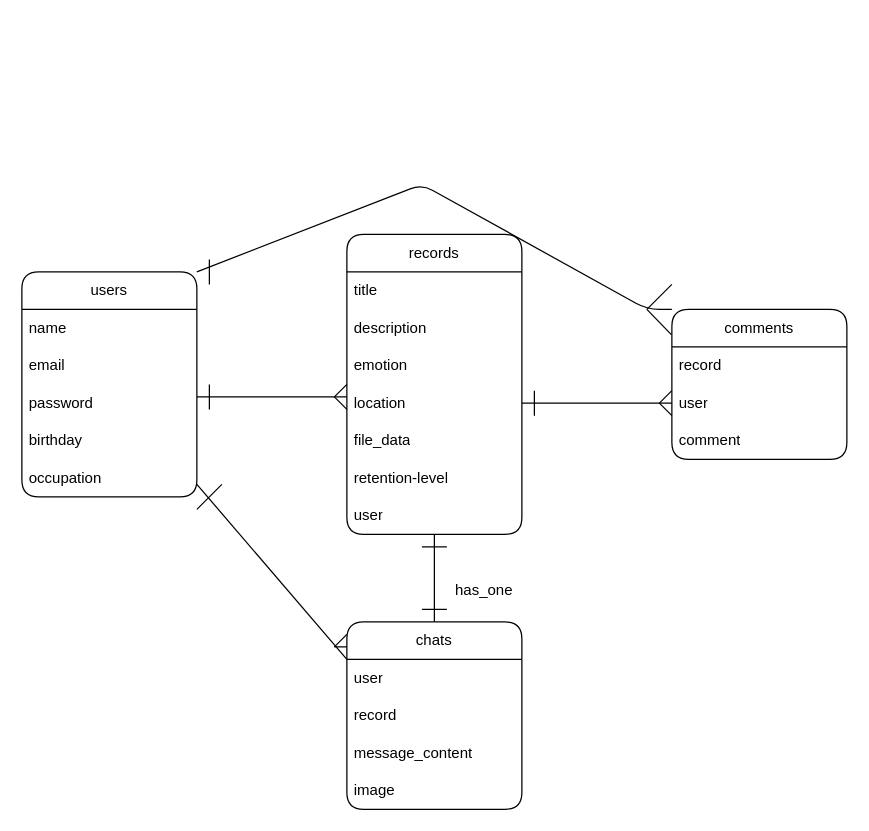
Earlier version of the draw.io diagram hibirog.dio (HayateOhsawa/hibirog). Source tidied: cells renumbered, new cells numbered last; positions are measured from the earlier drawing's top-left corner, leaving out a move shared by most shapes. Both pictures are drawn from the tidied source at 125%, with x=0, y=0 at pixel (21, 184).
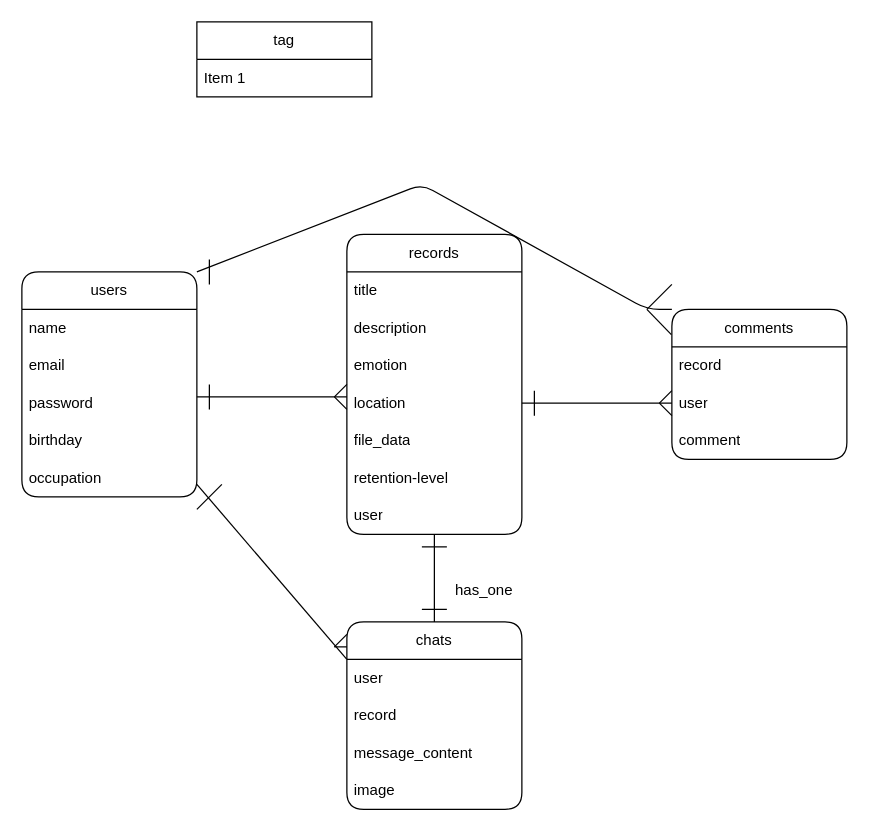
The same page after the edit.

Diff of the diagram source:
```diff
@@
+    <mxCell id="45" value="tag" style="swimlane;fontStyle=0;horizontal=1;startSize=30;whiteSpace=wrap;html=1;" parent="1" vertex="1">
+      <mxGeometry x="140" y="-130" width="140" height="60" as="geometry" />
+    </mxCell>
+    <mxCell id="46" value="Item 1" style="text;strokeColor=none;fillColor=none;align=left;verticalAlign=middle;spacingLeft=4;spacingRight=4;overflow=hidden;whiteSpace=wrap;html=1;" parent="45" vertex="1">
+      <mxGeometry y="30" width="140" height="30" as="geometry" />
+    </mxCell>
```
